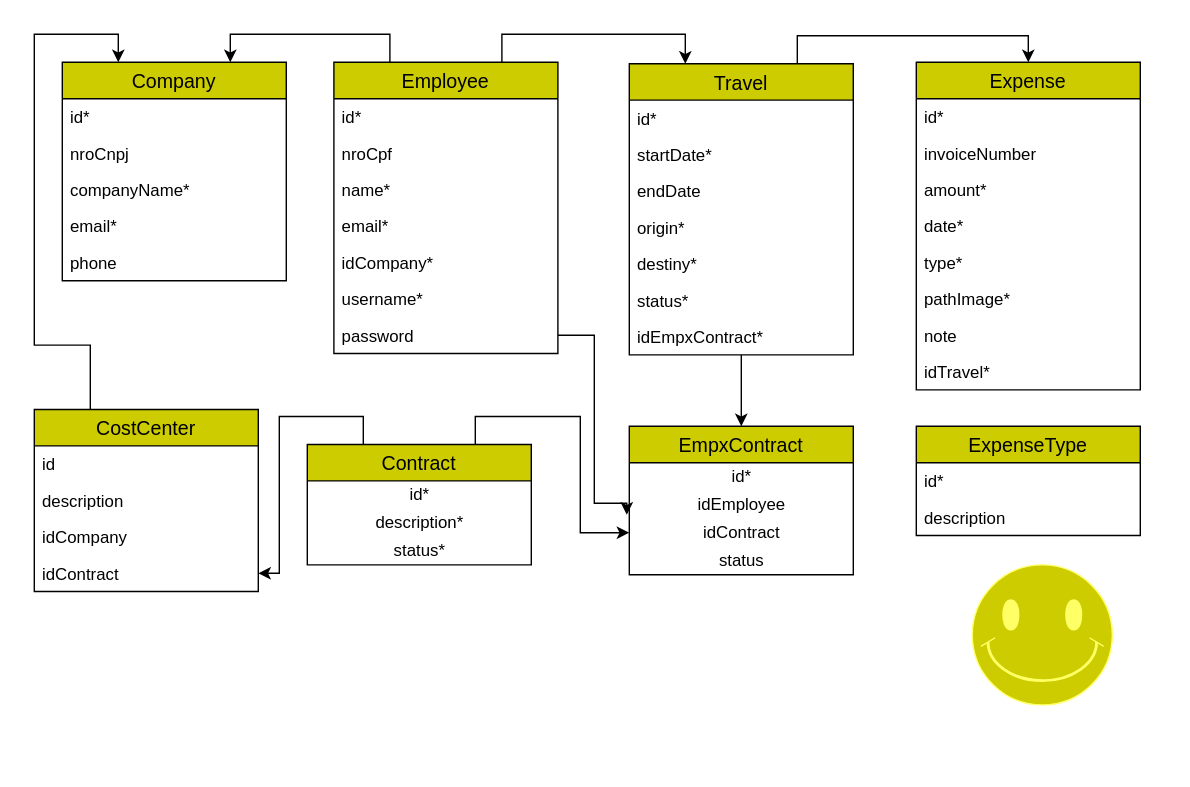
brunnonavarro/contact-list keeps this draw.io diagram as Untitled Diagram.drawio. Above is the earlier version. Source tidied: cells renumbered, new cells numbered last; positions are measured from the earlier drawing's top-left corner, leaving out a move shared by most shapes. Both pictures are drawn from the tidied source at 140%, with x=0, y=0 at pixel (34, 62).
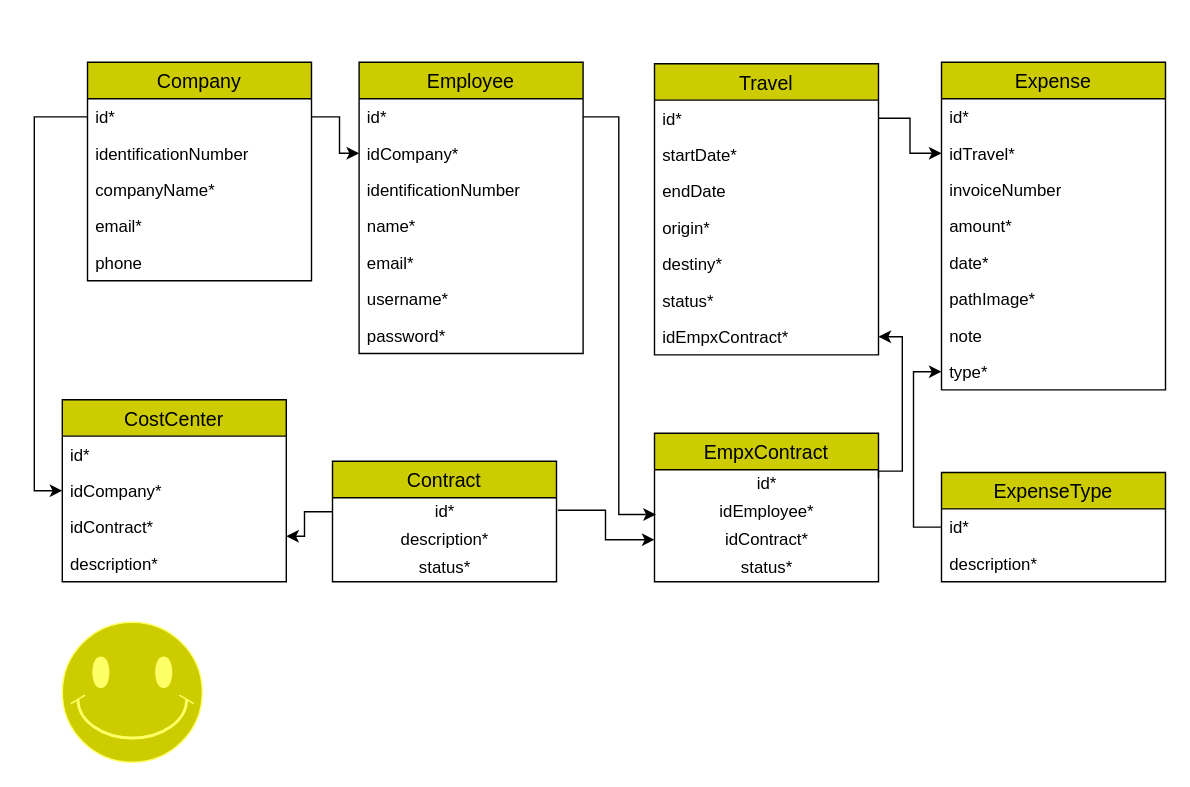
After the change.

Unchanged cells that the change refers to:
```xml
<mxCell id="3" value="id*" style="text;strokeColor=none;fillColor=none;spacingLeft=4;spacingRight=4;overflow=hidden;points=[[0,0.5],[1,0.5]];portConstraint=eastwest;fontSize=12;" parent="2" vertex="1">
  <mxGeometry y="26" width="160" height="26" as="geometry" />
</mxCell>
<mxCell id="11" value="id*" style="text;strokeColor=none;fillColor=none;spacingLeft=4;spacingRight=4;overflow=hidden;points=[[0,0.5],[1,0.5]];portConstraint=eastwest;fontSize=12;" parent="10" vertex="1">
  <mxGeometry y="26" width="160" height="26" as="geometry" />
</mxCell>
<mxCell id="21" value="id*" style="text;strokeColor=none;fillColor=none;spacingLeft=4;spacingRight=4;overflow=hidden;points=[[0,0.5],[1,0.5]];portConstraint=eastwest;fontSize=12;" parent="20" vertex="1">
  <mxGeometry y="26" width="160" height="26" as="geometry" />
</mxCell>
<mxCell id="27" value="idEmpxContract*" style="text;strokeColor=none;fillColor=none;spacingLeft=4;spacingRight=4;overflow=hidden;points=[[0,0.5],[1,0.5]];portConstraint=eastwest;fontSize=12;" parent="20" vertex="1">
  <mxGeometry y="182" width="160" height="26" as="geometry" />
</mxCell>
<mxCell id="43" value="id*" style="text;html=1;align=center;verticalAlign=middle;points=[];" parent="42" vertex="1">
  <mxGeometry y="26" width="160" height="20" as="geometry" />
</mxCell>
<mxCell id="55" value="id*" style="text;html=1;align=center;verticalAlign=middle;points=[];" parent="54" vertex="1">
  <mxGeometry y="26" width="160" height="20" as="geometry" />
</mxCell>
```

Change to the diagram source:
```diff
@@
     <mxCell id="2" value="Company" style="swimlane;fontStyle=0;horizontal=1;startSize=26;align=center;fontSize=14;fillColor=#CCCC00;" parent="1" vertex="1">
-      <mxGeometry x="20" width="160" height="156" as="geometry" />
+      <mxGeometry x="38" width="160" height="156" as="geometry" />
     </mxCell>
@@
-    <mxCell id="4" value="nroCnpj" style="text;strokeColor=none;fillColor=none;spacingLeft=4;spacingRight=4;overflow=hidden;fontSize=12;" parent="2" vertex="1">
+    <mxCell id="4" value="identificationNumber" style="text;strokeColor=none;fillColor=none;spacingLeft=4;spacingRight=4;overflow=hidden;fontSize=12;" parent="2" vertex="1">
       <mxGeometry y="52" width="160" height="26" as="geometry" />
     </mxCell>
@@
-    <mxCell id="8" style="edgeStyle=orthogonalEdgeStyle;rounded=0;jettySize=auto;html=1;exitX=0.25;exitY=0;exitDx=0;exitDy=0;entryX=0.75;entryY=0;entryDx=0;entryDy=0;" parent="1" edge="1" source="10" target="2">
-      <mxGeometry relative="1" as="geometry" />
-    </mxCell>
-    <mxCell id="9" style="edgeStyle=orthogonalEdgeStyle;rounded=0;jettySize=auto;html=1;exitX=0.75;exitY=0;exitDx=0;exitDy=0;entryX=0.25;entryY=0;entryDx=0;entryDy=0;" parent="1" edge="1" source="10" target="20">
-      <mxGeometry relative="1" as="geometry" />
-    </mxCell>
     <mxCell id="10" value="Employee" style="swimlane;fontStyle=0;horizontal=1;startSize=26;align=center;fontSize=14;fillColor=#CCCC00;" parent="1" vertex="1">
-      <mxGeometry x="214" width="160" height="208" as="geometry" />
+      <mxGeometry x="232" width="160" height="208" as="geometry" />
     </mxCell>
@@
+    <mxCell id="15" value="idCompany*" style="text;strokeColor=none;fillColor=none;spacingLeft=4;spacingRight=4;overflow=hidden;points=[[0,0.5],[1,0.5]];portConstraint=eastwest;fontSize=12;" parent="10" vertex="1">
+      <mxGeometry y="52" width="160" height="26" as="geometry" />
+    </mxCell>
-    <mxCell id="12" value="nroCpf" style="text;strokeColor=none;fillColor=none;spacingLeft=4;spacingRight=4;overflow=hidden;fontSize=12;" parent="10" vertex="1">
-      <mxGeometry y="52" width="160" height="26" as="geometry" />
+    <mxCell id="12" value="identificationNumber" style="text;strokeColor=none;fillColor=none;spacingLeft=4;spacingRight=4;overflow=hidden;fontSize=12;" parent="10" vertex="1">
+      <mxGeometry y="78" width="160" height="26" as="geometry" />
     </mxCell>
     <mxCell id="13" value="name*" style="text;strokeColor=none;fillColor=none;spacingLeft=4;spacingRight=4;overflow=hidden;fontSize=12;" parent="10" vertex="1">
-      <mxGeometry y="78" width="160" height="26" as="geometry" />
+      <mxGeometry y="104" width="160" height="26" as="geometry" />
     </mxCell>
     <mxCell id="14" value="email*" style="text;strokeColor=none;fillColor=none;spacingLeft=4;spacingRight=4;overflow=hidden;fontSize=12;" parent="10" vertex="1">
-      <mxGeometry y="104" width="160" height="26" as="geometry" />
+      <mxGeometry y="130" width="160" height="26" as="geometry" />
     </mxCell>
-    <mxCell id="15" value="idCompany*" style="text;strokeColor=none;fillColor=none;spacingLeft=4;spacingRight=4;overflow=hidden;points=[[0,0.5],[1,0.5]];portConstraint=eastwest;fontSize=12;" parent="10" vertex="1">
-      <mxGeometry y="130" width="160" height="26" as="geometry" />
-    </mxCell>
@@
-    <mxCell id="17" value="password" style="text;strokeColor=none;fillColor=none;spacingLeft=4;spacingRight=4;overflow=hidden;points=[[0,0.5],[1,0.5]];portConstraint=eastwest;fontSize=12;" parent="10" vertex="1">
+    <mxCell id="17" value="password*" style="text;strokeColor=none;fillColor=none;spacingLeft=4;spacingRight=4;overflow=hidden;points=[[0,0.5],[1,0.5]];portConstraint=eastwest;fontSize=12;" parent="10" vertex="1">
       <mxGeometry y="182" width="160" height="26" as="geometry" />
     </mxCell>
-    <mxCell id="18" style="edgeStyle=orthogonalEdgeStyle;rounded=0;jettySize=auto;html=1;exitX=0.75;exitY=0;exitDx=0;exitDy=0;entryX=0.5;entryY=0;entryDx=0;entryDy=0;" parent="1" edge="1" source="20" target="28">
-      <mxGeometry relative="1" as="geometry" />
-    </mxCell>
-    <mxCell id="19" style="edgeStyle=orthogonalEdgeStyle;rounded=0;jettySize=auto;html=1;exitX=0.5;exitY=1;exitDx=0;exitDy=0;entryX=0.5;entryY=0;entryDx=0;entryDy=0;" parent="1" edge="1" source="20" target="42">
-      <mxGeometry relative="1" as="geometry" />
-    </mxCell>
     <mxCell id="20" value="Travel" style="swimlane;fontStyle=0;horizontal=1;startSize=26;align=center;fontSize=14;fillColor=#CCCC00;" parent="1" vertex="1">
-      <mxGeometry x="425" y="1" width="160" height="208" as="geometry" />
+      <mxGeometry x="443" y="1" width="160" height="208" as="geometry" />
     </mxCell>
@@
     <mxCell id="28" value="Expense" style="swimlane;fontStyle=0;horizontal=1;startSize=26;align=center;fontSize=14;fillColor=#CCCC00;" parent="1" vertex="1">
-      <mxGeometry x="630" width="160" height="234" as="geometry" />
+      <mxGeometry x="648" width="160" height="234" as="geometry" />
     </mxCell>
@@
+    <mxCell id="36" value="idTravel*" style="text;strokeColor=none;fillColor=none;spacingLeft=4;spacingRight=4;overflow=hidden;points=[[0,0.5],[1,0.5]];portConstraint=eastwest;fontSize=12;" parent="28" vertex="1">
+      <mxGeometry y="52" width="160" height="26" as="geometry" />
+    </mxCell>
     <mxCell id="30" value="invoiceNumber" style="text;strokeColor=none;fillColor=none;spacingLeft=4;spacingRight=4;overflow=hidden;fontSize=12;" parent="28" vertex="1">
-      <mxGeometry y="52" width="160" height="26" as="geometry" />
+      <mxGeometry y="78" width="160" height="26" as="geometry" />
     </mxCell>
     <mxCell id="31" value="amount*" style="text;strokeColor=none;fillColor=none;spacingLeft=4;spacingRight=4;overflow=hidden;fontSize=12;" parent="28" vertex="1">
-      <mxGeometry y="78" width="160" height="26" as="geometry" />
+      <mxGeometry y="104" width="160" height="26" as="geometry" />
     </mxCell>
     <mxCell id="32" value="date*" style="text;strokeColor=none;fillColor=none;spacingLeft=4;spacingRight=4;overflow=hidden;fontSize=12;" parent="28" vertex="1">
-      <mxGeometry y="104" width="160" height="26" as="geometry" />
+      <mxGeometry y="130" width="160" height="26" as="geometry" />
     </mxCell>
-    <mxCell id="33" value="type*" style="text;strokeColor=none;fillColor=none;spacingLeft=4;spacingRight=4;overflow=hidden;points=[[0,0.5],[1,0.5]];portConstraint=eastwest;fontSize=12;" parent="28" vertex="1">
-      <mxGeometry y="130" width="160" height="26" as="geometry" />
-    </mxCell>
@@
-    <mxCell id="36" value="idTravel*" style="text;strokeColor=none;fillColor=none;spacingLeft=4;spacingRight=4;overflow=hidden;points=[[0,0.5],[1,0.5]];portConstraint=eastwest;fontSize=12;" parent="28" vertex="1">
-      <mxGeometry y="208" width="160" height="26" as="geometry" />
-    </mxCell>
-    <mxCell id="37" value="ExpenseType" style="swimlane;fontStyle=0;horizontal=1;startSize=26;align=center;fontSize=14;fillColor=#CCCC00;" parent="1" vertex="1">
-      <mxGeometry x="630" y="260" width="160" height="78" as="geometry" />
-    </mxCell>
-    <mxCell id="38" value="id*" style="text;strokeColor=none;fillColor=none;spacingLeft=4;spacingRight=4;overflow=hidden;points=[[0,0.5],[1,0.5]];portConstraint=eastwest;fontSize=12;" parent="37" vertex="1">
-      <mxGeometry y="26" width="160" height="26" as="geometry" />
-    </mxCell>
-    <mxCell id="39" value="description" style="text;strokeColor=none;fillColor=none;spacingLeft=4;spacingRight=4;overflow=hidden;fontSize=12;" parent="37" vertex="1">
-      <mxGeometry y="52" width="160" height="26" as="geometry" />
-    </mxCell>
-    <mxCell id="40" style="edgeStyle=orthogonalEdgeStyle;rounded=0;jettySize=auto;html=1;exitX=0.75;exitY=0;exitDx=0;exitDy=0;" parent="1" edge="1" source="54" target="45">
-      <mxGeometry relative="1" as="geometry" />
-    </mxCell>
-    <mxCell id="41" style="edgeStyle=orthogonalEdgeStyle;rounded=0;jettySize=auto;html=1;exitX=1;exitY=0.5;exitDx=0;exitDy=0;entryX=-0.011;entryY=0.431;entryDx=0;entryDy=0;entryPerimeter=0;" parent="1" edge="1" source="17">
-      <mxGeometry relative="1" as="geometry">
-        <mxPoint x="423.2" y="323.2" as="targetPoint" />
-        <Array as="points">
-          <mxPoint x="400" y="195" />
-          <mxPoint x="400" y="315" />
-        </Array>
-      </mxGeometry>
-    </mxCell>
+    <mxCell id="33" value="type*" style="text;strokeColor=none;fillColor=none;spacingLeft=4;spacingRight=4;overflow=hidden;points=[[0,0.5],[1,0.5]];portConstraint=eastwest;fontSize=12;" parent="28" vertex="1">
+      <mxGeometry y="208" width="160" height="26" as="geometry" />
+    </mxCell>
     <mxCell id="42" value="EmpxContract" style="swimlane;fontStyle=0;horizontal=1;startSize=26;align=center;fontSize=14;fillColor=#CCCC00;" parent="1" vertex="1">
-      <mxGeometry x="425" y="260" width="160" height="106" as="geometry" />
+      <mxGeometry x="443" y="265" width="160" height="106" as="geometry" />
     </mxCell>
@@
-    <mxCell id="44" value="idEmployee" style="text;html=1;align=center;verticalAlign=middle;points=[];" parent="42" vertex="1">
+    <mxCell id="44" value="idEmployee*" style="text;html=1;align=center;verticalAlign=middle;points=[];" parent="42" vertex="1">
       <mxGeometry y="46" width="160" height="20" as="geometry" />
     </mxCell>
-    <mxCell id="45" value="idContract" style="text;html=1;align=center;verticalAlign=middle;points=[];" parent="42" vertex="1">
+    <mxCell id="45" value="idContract*" style="text;html=1;align=center;verticalAlign=middle;points=[];" parent="42" vertex="1">
       <mxGeometry y="66" width="160" height="20" as="geometry" />
     </mxCell>
-    <mxCell id="46" value="status" style="text;html=1;align=center;verticalAlign=middle;" parent="42" vertex="1">
+    <mxCell id="46" value="status*" style="text;html=1;align=center;verticalAlign=middle;" parent="42" vertex="1">
       <mxGeometry y="86" width="160" height="20" as="geometry" />
     </mxCell>
-    <mxCell id="47" style="edgeStyle=orthogonalEdgeStyle;rounded=0;jettySize=auto;html=1;exitX=0.25;exitY=0;exitDx=0;exitDy=0;entryX=0.25;entryY=0;entryDx=0;entryDy=0;" parent="1" edge="1" source="48" target="2">
-      <mxGeometry relative="1" as="geometry" />
-    </mxCell>
-    <mxCell id="48" value="CostCenter" style="swimlane;fontStyle=0;horizontal=1;startSize=26;align=center;fontSize=14;fillColor=#CCCC00;" parent="1" vertex="1">
-      <mxGeometry y="248" width="160" height="130" as="geometry" />
-    </mxCell>
-    <mxCell id="49" value="id" style="text;strokeColor=none;fillColor=none;spacingLeft=4;spacingRight=4;overflow=hidden;fontSize=12;" parent="48" vertex="1">
-      <mxGeometry y="26" width="160" height="26" as="geometry" />
-    </mxCell>
-    <mxCell id="50" value="description" style="text;strokeColor=none;fillColor=none;spacingLeft=4;spacingRight=4;overflow=hidden;fontSize=12;" parent="48" vertex="1">
-      <mxGeometry y="52" width="160" height="26" as="geometry" />
-    </mxCell>
-    <mxCell id="51" value="idCompany" style="text;strokeColor=none;fillColor=none;spacingLeft=4;spacingRight=4;overflow=hidden;points=[[0,0.5],[1,0.5]];portConstraint=eastwest;fontSize=12;" parent="48" vertex="1">
-      <mxGeometry y="78" width="160" height="26" as="geometry" />
-    </mxCell>
-    <mxCell id="52" value="idContract" style="text;strokeColor=none;fillColor=none;spacingLeft=4;spacingRight=4;overflow=hidden;points=[[0,0.5],[1,0.5]];portConstraint=eastwest;fontSize=12;" parent="48" vertex="1">
-      <mxGeometry y="104" width="160" height="26" as="geometry" />
-    </mxCell>
-    <mxCell id="53" style="edgeStyle=orthogonalEdgeStyle;rounded=0;jettySize=auto;html=1;exitX=0.25;exitY=0;exitDx=0;exitDy=0;entryX=1;entryY=0.5;entryDx=0;entryDy=0;" parent="1" edge="1" source="54" target="52">
-      <mxGeometry relative="1" as="geometry">
-        <Array as="points">
-          <mxPoint x="235" y="253" />
-          <mxPoint x="175" y="253" />
-          <mxPoint x="175" y="365" />
-        </Array>
-      </mxGeometry>
-    </mxCell>
+    <mxCell id="58" style="verticalLabelPosition=bottom;verticalAlign=top;html=1;shape=mxgraph.basic.smiley;strokeColor=#FFFF66;fillColor=#CCCC00;" parent="1" vertex="1">
+      <mxGeometry x="20" y="400" width="100" height="100" as="geometry" />
+    </mxCell>
+    <mxCell id="59" style="edgeStyle=orthogonalEdgeStyle;rounded=0;jettySize=auto;html=1;exitX=1;exitY=0.3;exitDx=0;exitDy=0;entryX=1;entryY=0.5;entryDx=0;entryDy=0;exitPerimeter=0;" parent="1" edge="1" source="43" target="27">
+      <mxGeometry relative="1" as="geometry">
+        <Array as="points">
+          <mxPoint x="620" y="292" />
+          <mxPoint x="620" y="196" />
+        </Array>
+      </mxGeometry>
+    </mxCell>
+    <mxCell id="60" style="edgeStyle=orthogonalEdgeStyle;rounded=0;jettySize=auto;html=1;exitX=0;exitY=0.5;exitDx=0;exitDy=0;entryX=0;entryY=0.5;entryDx=0;entryDy=0;" parent="1" edge="1" source="3" target="51">
+      <mxGeometry relative="1" as="geometry" />
+    </mxCell>
+    <mxCell id="61" style="edgeStyle=orthogonalEdgeStyle;rounded=0;jettySize=auto;html=1;exitX=1;exitY=0.5;exitDx=0;exitDy=0;entryX=0;entryY=0.5;entryDx=0;entryDy=0;" parent="1" edge="1" source="21" target="36">
+      <mxGeometry relative="1" as="geometry" />
+    </mxCell>
+    <mxCell id="62" style="edgeStyle=orthogonalEdgeStyle;rounded=0;jettySize=auto;html=1;exitX=0;exitY=0.5;exitDx=0;exitDy=0;entryX=0;entryY=0.5;entryDx=0;entryDy=0;" parent="1" edge="1" source="38" target="33">
+      <mxGeometry relative="1" as="geometry" />
+    </mxCell>
+    <mxCell id="63" style="edgeStyle=orthogonalEdgeStyle;rounded=0;jettySize=auto;html=1;exitX=1;exitY=0.5;exitDx=0;exitDy=0;entryX=0;entryY=0.5;entryDx=0;entryDy=0;" parent="1" edge="1" source="3" target="15">
+      <mxGeometry relative="1" as="geometry" />
+    </mxCell>
+    <mxCell id="64" style="edgeStyle=orthogonalEdgeStyle;rounded=0;jettySize=auto;html=1;entryX=0.006;entryY=0.6;entryDx=0;entryDy=0;entryPerimeter=0;" parent="1" edge="1" source="11" target="44">
+      <mxGeometry relative="1" as="geometry" />
+    </mxCell>
+    <mxCell id="65" style="edgeStyle=orthogonalEdgeStyle;rounded=0;jettySize=auto;html=1;entryX=1;entryY=0.75;entryDx=0;entryDy=0;" parent="1" edge="1" source="55" target="48">
+      <mxGeometry relative="1" as="geometry" />
+    </mxCell>
+    <mxCell id="37" value="ExpenseType" style="swimlane;fontStyle=0;horizontal=1;startSize=26;align=center;fontSize=14;fillColor=#CCCC00;" parent="1" vertex="1">
+      <mxGeometry x="648" y="293" width="160" height="78" as="geometry" />
+    </mxCell>
+    <mxCell id="38" value="id*" style="text;strokeColor=none;fillColor=none;spacingLeft=4;spacingRight=4;overflow=hidden;points=[[0,0.5],[1,0.5]];portConstraint=eastwest;fontSize=12;" parent="37" vertex="1">
+      <mxGeometry y="26" width="160" height="26" as="geometry" />
+    </mxCell>
+    <mxCell id="39" value="description*" style="text;strokeColor=none;fillColor=none;spacingLeft=4;spacingRight=4;overflow=hidden;fontSize=12;" parent="37" vertex="1">
+      <mxGeometry y="52" width="160" height="26" as="geometry" />
+    </mxCell>
     <mxCell id="54" value="Contract" style="swimlane;fontStyle=0;horizontal=1;startSize=26;align=center;fontSize=14;fillColor=#CCCC00;" parent="1" vertex="1">
-      <mxGeometry x="195" y="273" width="160" height="86" as="geometry" />
+      <mxGeometry x="213" y="285" width="160" height="86" as="geometry" />
     </mxCell>
@@
-    <mxCell id="58" style="verticalLabelPosition=bottom;verticalAlign=top;html=1;shape=mxgraph.basic.smiley;strokeColor=#FFFF66;fillColor=#CCCC00;" parent="1" vertex="1">
-      <mxGeometry x="670" y="359" width="100" height="100" as="geometry" />
-    </mxCell>
+    <mxCell id="48" value="CostCenter" style="swimlane;fontStyle=0;horizontal=1;startSize=26;align=center;fontSize=14;fillColor=#CCCC00;" parent="1" vertex="1">
+      <mxGeometry x="20" y="241" width="160" height="130" as="geometry" />
+    </mxCell>
+    <mxCell id="49" value="id*" style="text;strokeColor=none;fillColor=none;spacingLeft=4;spacingRight=4;overflow=hidden;fontSize=12;" parent="48" vertex="1">
+      <mxGeometry y="26" width="160" height="26" as="geometry" />
+    </mxCell>
+    <mxCell id="51" value="idCompany*" style="text;strokeColor=none;fillColor=none;spacingLeft=4;spacingRight=4;overflow=hidden;points=[[0,0.5],[1,0.5]];portConstraint=eastwest;fontSize=12;" parent="48" vertex="1">
+      <mxGeometry y="52" width="160" height="26" as="geometry" />
+    </mxCell>
+    <mxCell id="52" value="idContract*" style="text;strokeColor=none;fillColor=none;spacingLeft=4;spacingRight=4;overflow=hidden;points=[[0,0.5],[1,0.5]];portConstraint=eastwest;fontSize=12;" parent="48" vertex="1">
+      <mxGeometry y="78" width="160" height="26" as="geometry" />
+    </mxCell>
+    <mxCell id="50" value="description*" style="text;strokeColor=none;fillColor=none;spacingLeft=4;spacingRight=4;overflow=hidden;fontSize=12;" parent="48" vertex="1">
+      <mxGeometry y="104" width="160" height="26" as="geometry" />
+    </mxCell>
+    <mxCell id="66" style="edgeStyle=orthogonalEdgeStyle;rounded=0;jettySize=auto;html=1;exitX=1.006;exitY=0.45;exitDx=0;exitDy=0;exitPerimeter=0;" parent="1" edge="1" source="55" target="45">
+      <mxGeometry relative="1" as="geometry" />
+    </mxCell>
```
